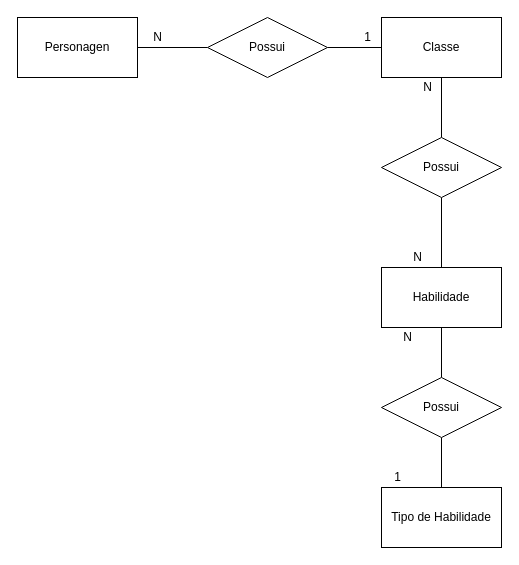
Before: page "Conceitual" (1 of 2) of Desafio-HROADS/Modelagem/Desafio-HROADS.drawio in Joaoopeedro/sprint-1_2-semestre, a draw.io diagram. Source tidied: cells renumbered, new cells numbered last; positions are measured from the earlier drawing's top-left corner, leaving out a move shared by most shapes. Both pictures are drawn from the tidied source at 100%, with x=0, y=0 at pixel (17, 17).
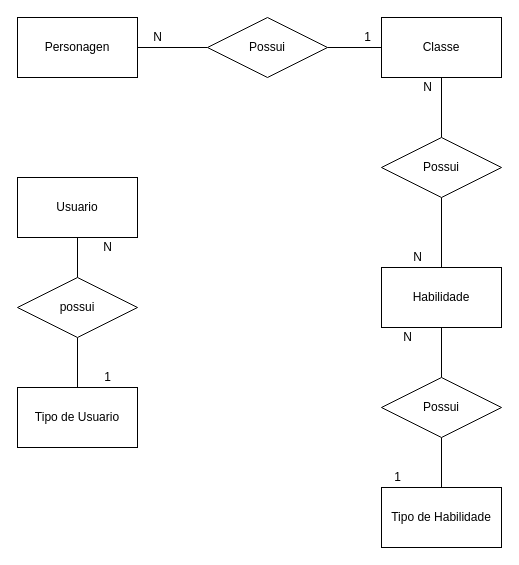
The same diagram, later.

Diff of the diagram source:
```diff
@@
+    <mxCell id="21" style="edgeStyle=orthogonalEdgeStyle;rounded=0;jettySize=auto;html=1;exitX=0.5;exitY=1;exitDx=0;exitDy=0;entryX=0.5;entryY=0;entryDx=0;entryDy=0;endArrow=none;endFill=0;" parent="1" edge="1" source="22" target="25">
+      <mxGeometry relative="1" as="geometry" />
+    </mxCell>
+    <mxCell id="22" value="Usuario" style="rounded=0;whiteSpace=wrap;html=1;" parent="1" vertex="1">
+      <mxGeometry y="160" width="120" height="60" as="geometry" />
+    </mxCell>
+    <mxCell id="23" value="Tipo de Usuario" style="rounded=0;whiteSpace=wrap;html=1;" parent="1" vertex="1">
+      <mxGeometry y="370" width="120" height="60" as="geometry" />
+    </mxCell>
+    <mxCell id="24" style="edgeStyle=orthogonalEdgeStyle;rounded=0;jettySize=auto;html=1;exitX=0.5;exitY=1;exitDx=0;exitDy=0;entryX=0.5;entryY=0;entryDx=0;entryDy=0;endArrow=none;endFill=0;" parent="1" edge="1" source="25" target="23">
+      <mxGeometry relative="1" as="geometry" />
+    </mxCell>
+    <mxCell id="25" value="possui" style="shape=rhombus;perimeter=rhombusPerimeter;whiteSpace=wrap;html=1;align=center;" parent="1" vertex="1">
+      <mxGeometry y="260" width="120" height="60" as="geometry" />
+    </mxCell>
+    <mxCell id="26" value="1" style="text;html=1;align=center;verticalAlign=middle;strokeColor=none;fillColor=none;" parent="1" vertex="1">
+      <mxGeometry x="80" y="350" width="20" height="20" as="geometry" />
+    </mxCell>
+    <mxCell id="27" value="N" style="text;html=1;align=center;verticalAlign=middle;strokeColor=none;fillColor=none;" parent="1" vertex="1">
+      <mxGeometry x="80" y="220" width="20" height="20" as="geometry" />
+    </mxCell>
```
